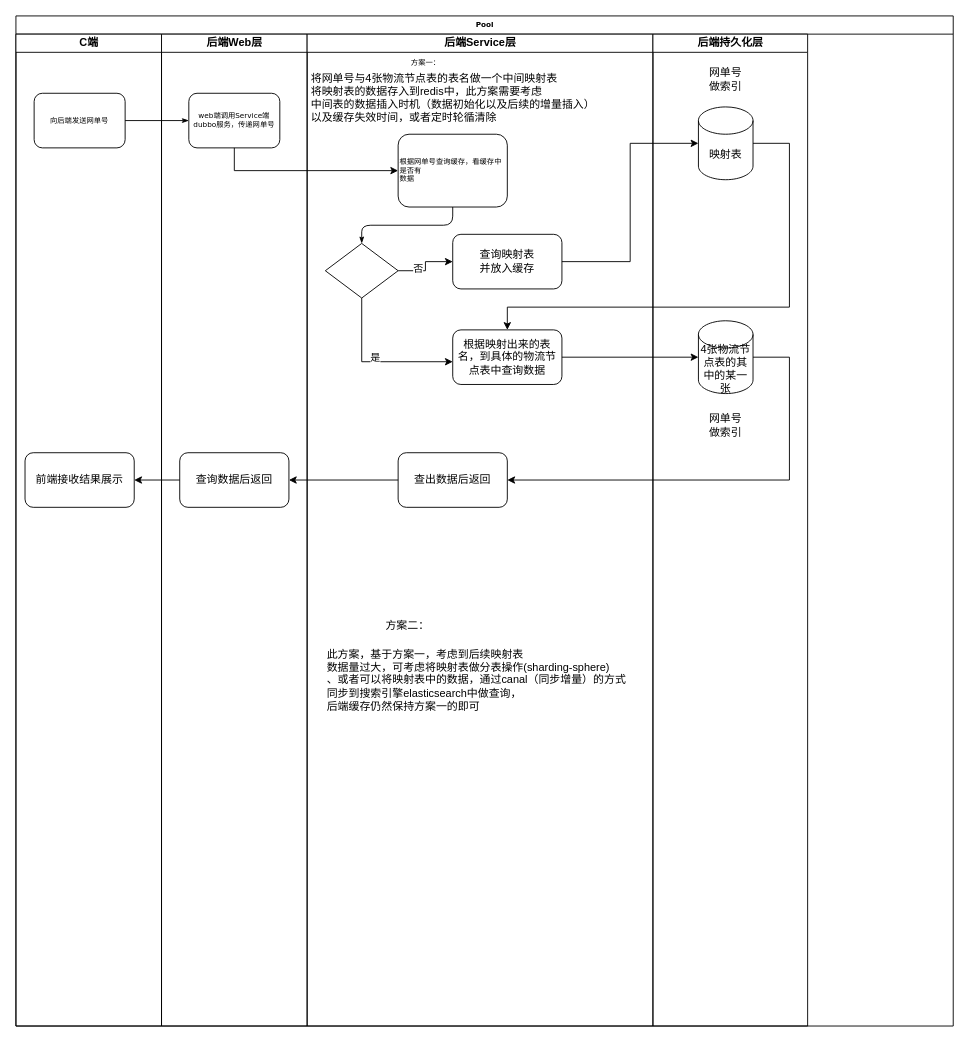
Before: shop/Untitled Diagram.drawio in pin062788/workflow-picture, a draw.io diagram. Source tidied: cells renumbered, new cells numbered last; positions are measured from the earlier drawing's top-left corner, leaving out a move shared by most shapes. Both pictures are drawn from the tidied source at 91%, with x=0, y=0 at pixel (15, 15).
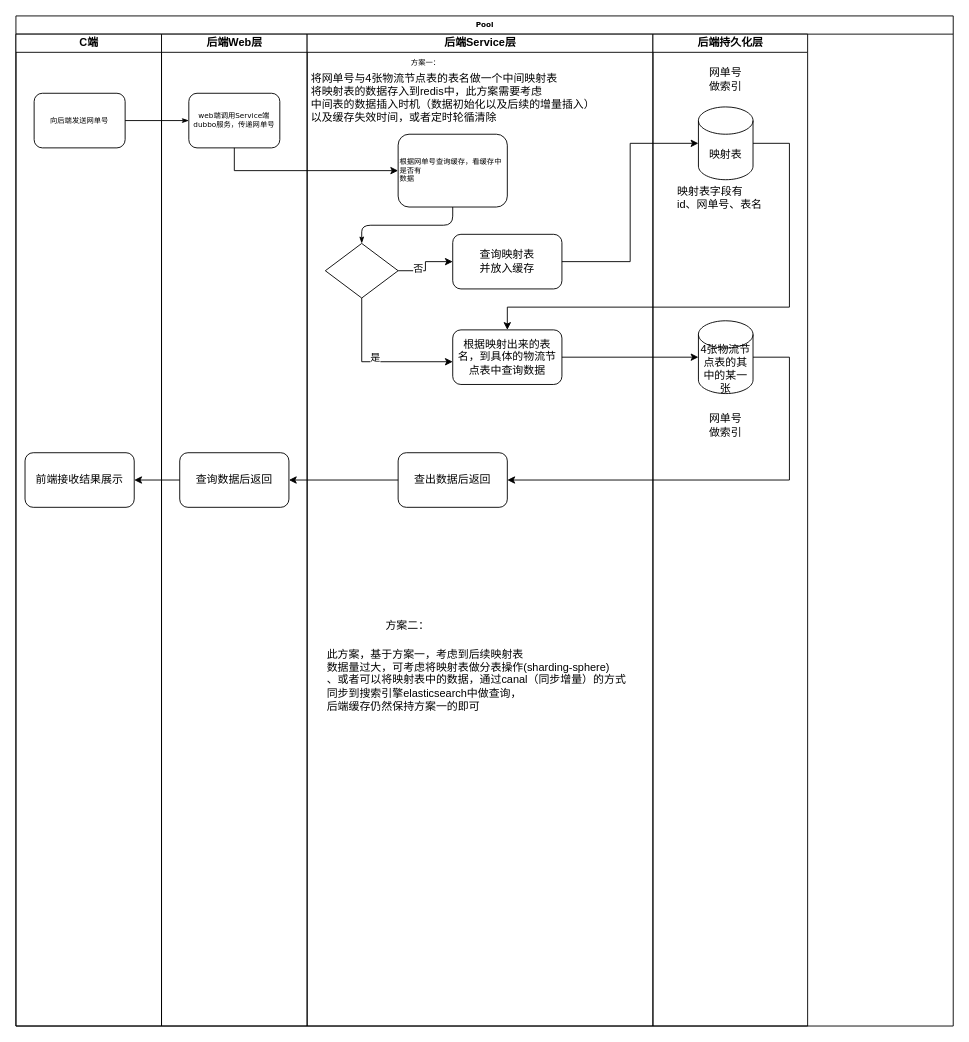
After the change.

The edit, as a diff of the source:
```diff
@@
+    <mxCell id="37" value="映射表字段有&lt;br&gt;id、网单号、表名" style="text;html=1;align=left;verticalAlign=middle;strokeColor=none;" parent="1" vertex="1">
+      <mxGeometry x="725" y="185" width="110" height="30" as="geometry" />
+    </mxCell>
```
